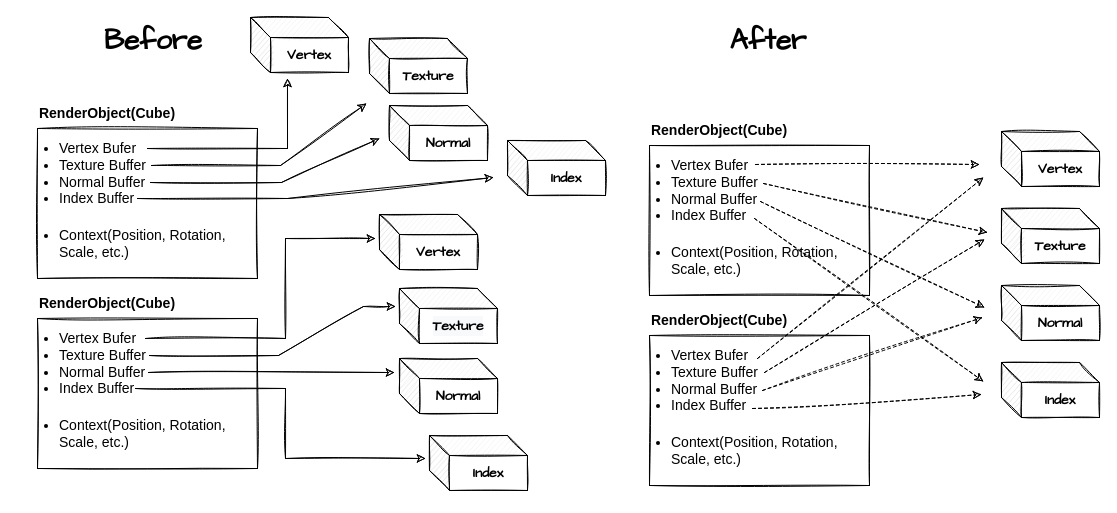
Hamsik2rang/Hamsik2rang.github.io keeps this draw.io diagram as assets/drawio/buffer_detatch.drawio. Above is the earlier version. Source tidied: cells renumbered, new cells numbered last; positions are measured from the earlier drawing's top-left corner, leaving out a move shared by most shapes. Both pictures are drawn from the tidied source at 100%, with x=0, y=0 at pixel (17, 17).
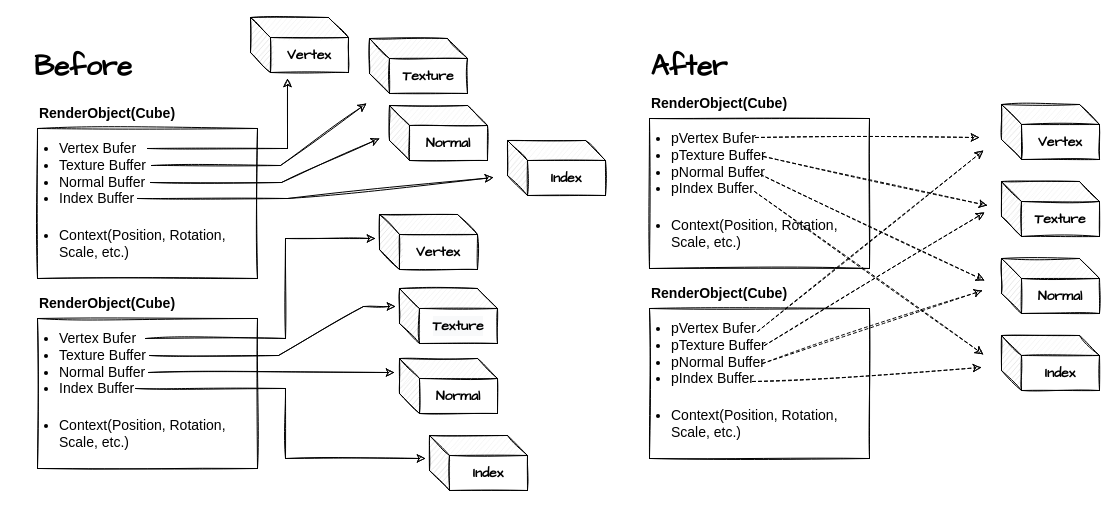
The same page after the edit.

Commit message (it also covers changes not shown here):
도식 일부 수정

What changed in the source:
```diff
@@
     <mxCell id="26" value="&lt;div&gt;&lt;br&gt;&lt;/div&gt;" style="rounded=0;whiteSpace=wrap;html=1;sketch=1;" parent="1" vertex="1">
-      <mxGeometry x="632" y="128" width="220" height="150" as="geometry" />
+      <mxGeometry x="632" y="101" width="220" height="150" as="geometry" />
     </mxCell>
     <mxCell id="27" value="RenderObject(Cube)" style="text;html=1;strokeColor=none;fillColor=none;align=center;verticalAlign=middle;whiteSpace=wrap;rounded=0;fontSize=14;fontStyle=1;sketch=1;" parent="1" vertex="1">
-      <mxGeometry x="672" y="98" width="60" height="30" as="geometry" />
+      <mxGeometry x="672" y="71" width="60" height="30" as="geometry" />
     </mxCell>
-    <mxCell id="28" value="&lt;ul&gt;&lt;li&gt;Vertex Bufer&lt;/li&gt;&lt;li&gt;Texture Buffer&lt;/li&gt;&lt;li&gt;Normal Buffer&lt;/li&gt;&lt;li&gt;Index Buffer&lt;/li&gt;&lt;/ul&gt;" style="text;html=1;strokeColor=none;fillColor=none;align=left;verticalAlign=middle;whiteSpace=wrap;rounded=0;fontSize=14;sketch=1;" parent="1" vertex="1">
-      <mxGeometry x="612" y="128" width="260" height="90" as="geometry" />
+    <mxCell id="28" value="&lt;ul&gt;&lt;li&gt;pVertex Bufer&lt;/li&gt;&lt;li&gt;pTexture Buffer&lt;/li&gt;&lt;li&gt;pNormal Buffer&lt;/li&gt;&lt;li&gt;pIndex Buffer&lt;/li&gt;&lt;/ul&gt;" style="text;html=1;strokeColor=none;fillColor=none;align=left;verticalAlign=middle;whiteSpace=wrap;rounded=0;fontSize=14;sketch=1;" parent="1" vertex="1">
+      <mxGeometry x="612" y="101" width="260" height="90" as="geometry" />
     </mxCell>
     <mxCell id="29" value="&lt;ul&gt;&lt;li&gt;Context(Position, Rotation, Scale, etc.)&lt;/li&gt;&lt;/ul&gt;" style="text;html=1;strokeColor=none;fillColor=none;align=left;verticalAlign=middle;whiteSpace=wrap;rounded=0;fontSize=14;sketch=1;" parent="1" vertex="1">
-      <mxGeometry x="612" y="198" width="220" height="90" as="geometry" />
+      <mxGeometry x="612" y="171" width="220" height="90" as="geometry" />
     </mxCell>
     <mxCell id="30" value="&lt;div&gt;&lt;br&gt;&lt;/div&gt;" style="rounded=0;whiteSpace=wrap;html=1;sketch=1;" parent="1" vertex="1">
-      <mxGeometry x="632" y="318" width="220" height="150" as="geometry" />
+      <mxGeometry x="632" y="291" width="220" height="150" as="geometry" />
     </mxCell>
-    <mxCell id="31" value="&lt;ul&gt;&lt;li&gt;Vertex Bufer&lt;/li&gt;&lt;li&gt;Texture Buffer&lt;/li&gt;&lt;li&gt;Normal Buffer&lt;/li&gt;&lt;li&gt;Index Buffer&lt;/li&gt;&lt;/ul&gt;" style="text;html=1;strokeColor=none;fillColor=none;align=left;verticalAlign=middle;whiteSpace=wrap;rounded=0;fontSize=14;sketch=1;" parent="1" vertex="1">
-      <mxGeometry x="612" y="318" width="260" height="90" as="geometry" />
+    <mxCell id="31" value="&lt;ul&gt;&lt;li&gt;pVertex Bufer&lt;/li&gt;&lt;li&gt;pTexture Buffer&lt;/li&gt;&lt;li&gt;pNormal Buffer&lt;/li&gt;&lt;li&gt;pIndex Buffer&lt;/li&gt;&lt;/ul&gt;" style="text;html=1;strokeColor=none;fillColor=none;align=left;verticalAlign=middle;whiteSpace=wrap;rounded=0;fontSize=14;sketch=1;" parent="1" vertex="1">
+      <mxGeometry x="612" y="291" width="260" height="90" as="geometry" />
     </mxCell>
     <mxCell id="32" value="&lt;ul&gt;&lt;li&gt;Context(Position, Rotation, Scale, etc.)&lt;/li&gt;&lt;/ul&gt;" style="text;html=1;strokeColor=none;fillColor=none;align=left;verticalAlign=middle;whiteSpace=wrap;rounded=0;fontSize=14;sketch=1;" parent="1" vertex="1">
-      <mxGeometry x="612" y="388" width="220" height="90" as="geometry" />
+      <mxGeometry x="612" y="361" width="220" height="90" as="geometry" />
     </mxCell>
     <mxCell id="33" value="RenderObject(Cube)" style="text;html=1;strokeColor=none;fillColor=none;align=center;verticalAlign=middle;whiteSpace=wrap;rounded=0;fontSize=14;fontStyle=1;sketch=1;" parent="1" vertex="1">
-      <mxGeometry x="672" y="288" width="60" height="30" as="geometry" />
+      <mxGeometry x="672" y="261" width="60" height="30" as="geometry" />
     </mxCell>
     <mxCell id="34" value="Vertex" style="shape=cube;whiteSpace=wrap;html=1;boundedLbl=1;backgroundOutline=1;darkOpacity=0.05;darkOpacity2=0.1;sketch=1;fontSize=14;fontFamily=Comic Sans MS;fontStyle=1;" parent="1" vertex="1">
-      <mxGeometry x="984" y="114" width="98" height="55" as="geometry" />
+      <mxGeometry x="984" y="87" width="98" height="55" as="geometry" />
     </mxCell>
     <mxCell id="35" value="Texture" style="shape=cube;whiteSpace=wrap;html=1;boundedLbl=1;backgroundOutline=1;darkOpacity=0.05;darkOpacity2=0.1;sketch=1;fontSize=14;fontFamily=Comic Sans MS;fontStyle=1;" parent="1" vertex="1">
-      <mxGeometry x="984" y="191" width="98" height="55" as="geometry" />
+      <mxGeometry x="984" y="164" width="98" height="55" as="geometry" />
     </mxCell>
     <mxCell id="36" value="Normal" style="shape=cube;whiteSpace=wrap;html=1;boundedLbl=1;backgroundOutline=1;darkOpacity=0.05;darkOpacity2=0.1;sketch=1;fontSize=14;fontFamily=Comic Sans MS;fontStyle=1;" parent="1" vertex="1">
-      <mxGeometry x="984" y="268" width="98" height="55" as="geometry" />
+      <mxGeometry x="984" y="241" width="98" height="55" as="geometry" />
     </mxCell>
     <mxCell id="37" value="Index" style="shape=cube;whiteSpace=wrap;html=1;boundedLbl=1;backgroundOutline=1;darkOpacity=0.05;darkOpacity2=0.1;sketch=1;fontSize=14;fontFamily=Comic Sans MS;fontStyle=1;" parent="1" vertex="1">
-      <mxGeometry x="984" y="345" width="98" height="55" as="geometry" />
+      <mxGeometry x="984" y="318" width="98" height="55" as="geometry" />
     </mxCell>
     <mxCell id="38" style="endArrow=classic;dashed=1;html=1;rounded=0;sketch=1;fontSize=14;endFill=1;" parent="1" edge="1">
       <mxGeometry relative="1" as="geometry">
-        <mxPoint x="740" y="341" as="sourcePoint" />
-        <mxPoint x="966" y="160" as="targetPoint" />
+        <mxPoint x="740" y="314" as="sourcePoint" />
+        <mxPoint x="966" y="133" as="targetPoint" />
       </mxGeometry>
     </mxCell>
     <mxCell id="39" style="endArrow=classic;dashed=1;html=1;rounded=0;sketch=1;fontSize=14;endFill=1;" parent="1" edge="1">
       <mxGeometry relative="1" as="geometry">
-        <mxPoint x="738" y="147" as="sourcePoint" />
-        <mxPoint x="962" y="147" as="targetPoint" />
+        <mxPoint x="738" y="120" as="sourcePoint" />
+        <mxPoint x="962" y="120" as="targetPoint" />
       </mxGeometry>
     </mxCell>
     <mxCell id="40" style="endArrow=classic;dashed=1;html=1;rounded=0;sketch=1;fontSize=14;endFill=1;" parent="1" edge="1">
       <mxGeometry relative="1" as="geometry">
-        <mxPoint x="746" y="166" as="sourcePoint" />
-        <mxPoint x="970" y="215" as="targetPoint" />
+        <mxPoint x="746" y="139" as="sourcePoint" />
+        <mxPoint x="970" y="188" as="targetPoint" />
       </mxGeometry>
     </mxCell>
     <mxCell id="41" style="endArrow=classic;dashed=1;html=1;rounded=0;sketch=1;fontSize=14;endFill=1;" parent="1" edge="1">
       <mxGeometry relative="1" as="geometry">
-        <mxPoint x="747" y="355" as="sourcePoint" />
-        <mxPoint x="967" y="222" as="targetPoint" />
+        <mxPoint x="747" y="328" as="sourcePoint" />
+        <mxPoint x="967" y="195" as="targetPoint" />
       </mxGeometry>
     </mxCell>
     <mxCell id="42" style="endArrow=classic;dashed=1;html=1;rounded=0;sketch=1;fontSize=14;endFill=1;" parent="1" edge="1">
       <mxGeometry relative="1" as="geometry">
-        <mxPoint x="743" y="184" as="sourcePoint" />
-        <mxPoint x="967" y="290" as="targetPoint" />
+        <mxPoint x="743" y="157" as="sourcePoint" />
+        <mxPoint x="967" y="263" as="targetPoint" />
       </mxGeometry>
     </mxCell>
     <mxCell id="43" style="endArrow=classic;dashed=1;html=1;rounded=0;sketch=1;fontSize=14;endFill=1;" parent="1" edge="1">
       <mxGeometry relative="1" as="geometry">
-        <mxPoint x="745" y="373" as="sourcePoint" />
-        <mxPoint x="965" y="300" as="targetPoint" />
+        <mxPoint x="745" y="346" as="sourcePoint" />
+        <mxPoint x="965" y="273" as="targetPoint" />
       </mxGeometry>
     </mxCell>
     <mxCell id="44" style="endArrow=classic;dashed=1;html=1;rounded=0;sketch=1;fontSize=14;endFill=1;" parent="1" edge="1">
       <mxGeometry relative="1" as="geometry">
-        <mxPoint x="737" y="201" as="sourcePoint" />
-        <mxPoint x="966" y="364" as="targetPoint" />
+        <mxPoint x="737" y="174" as="sourcePoint" />
+        <mxPoint x="966" y="337" as="targetPoint" />
       </mxGeometry>
     </mxCell>
     <mxCell id="45" style="endArrow=classic;dashed=1;html=1;rounded=0;sketch=1;fontSize=14;endFill=1;" parent="1" edge="1">
       <mxGeometry relative="1" as="geometry">
-        <mxPoint x="735" y="391" as="sourcePoint" />
-        <mxPoint x="964" y="377" as="targetPoint" />
+        <mxPoint x="735" y="364" as="sourcePoint" />
+        <mxPoint x="964" y="350" as="targetPoint" />
       </mxGeometry>
     </mxCell>
     <mxCell id="46" value="&lt;b&gt;&lt;font style=&quot;font-size: 28px&quot;&gt;Before&lt;/font&gt;&lt;/b&gt;" style="text;html=1;strokeColor=none;fillColor=none;align=center;verticalAlign=middle;whiteSpace=wrap;rounded=0;sketch=1;fontSize=14;fontFamily=Comic Sans MS;" parent="1" vertex="1">
-      <mxGeometry x="106" y="8" width="60" height="30" as="geometry" />
+      <mxGeometry x="36" y="33.5" width="60" height="30" as="geometry" />
     </mxCell>
     <mxCell id="47" value="&lt;b&gt;&lt;font style=&quot;font-size: 28px&quot;&gt;After&lt;/font&gt;&lt;/b&gt;" style="text;html=1;strokeColor=none;fillColor=none;align=center;verticalAlign=middle;whiteSpace=wrap;rounded=0;sketch=1;fontSize=14;fontFamily=Comic Sans MS;" parent="1" vertex="1">
-      <mxGeometry x="721" y="8" width="60" height="30" as="geometry" />
+      <mxGeometry x="642" y="33.5" width="60" height="30" as="geometry" />
     </mxCell>
```
